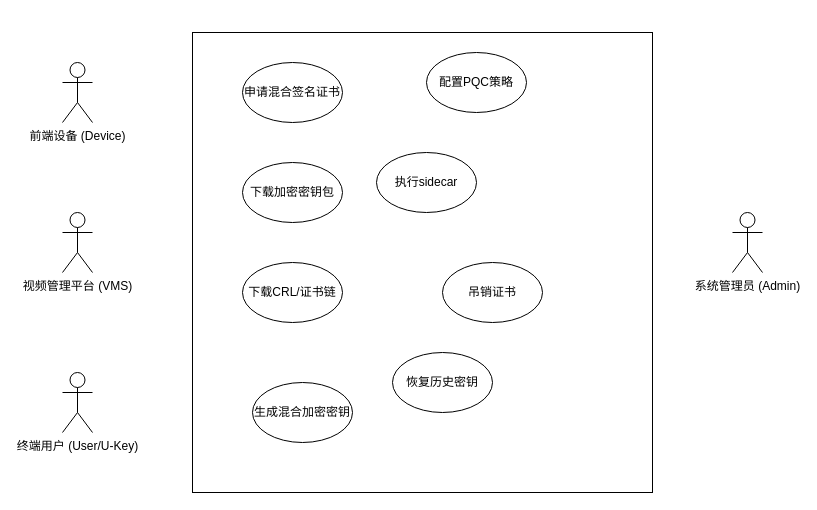
WeiMinLi666/gm keeps this draw.io diagram as 需求分析_用例图.drawio. Above is the earlier version. Source tidied: cells renumbered, new cells numbered last; positions are measured from the earlier drawing's top-left corner, leaving out a move shared by most shapes. Both pictures are drawn from the tidied source at 100%, with x=0, y=0 at pixel (62, 32).
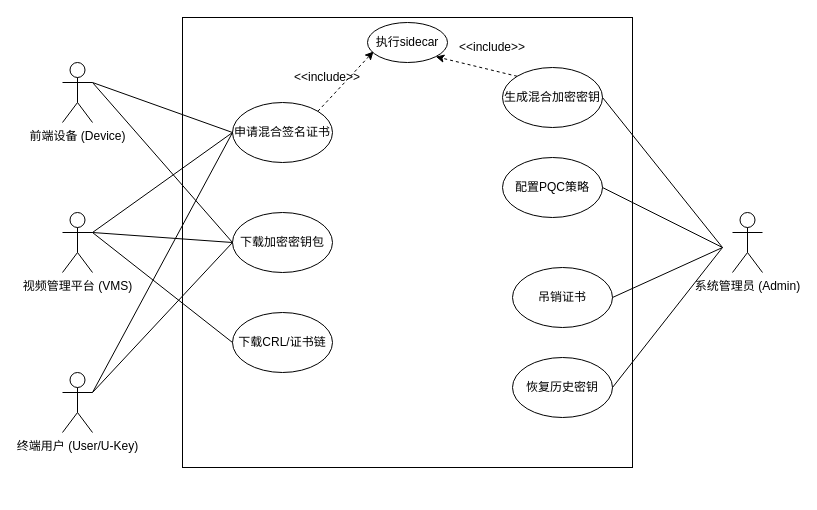
Above is the later version.

Commit message:
更新需求分析_用例图.drawio

Unchanged cells that the change refers to:
```xml
<mxCell id="4" value="视频管理平台 (VMS)" style="shape=umlActor;verticalLabelPosition=bottom;verticalAlign=top;html=1;outlineConnect=0;" parent="1" vertex="1">
  <mxGeometry y="180" width="30" height="60" as="geometry" />
</mxCell>
```

Change to the diagram source:
```diff
@@
     <mxCell id="2" style="whiteSpace=wrap;html=1;" parent="1" vertex="1">
-      <mxGeometry x="130" width="460" height="460" as="geometry" />
+      <mxGeometry x="120" y="-15" width="450" height="450" as="geometry" />
     </mxCell>
@@
     <mxCell id="7" value="申请混合签名证书" style="ellipse;whiteSpace=wrap;html=1;" parent="1" vertex="1">
-      <mxGeometry x="180" y="30" width="100" height="60" as="geometry" />
+      <mxGeometry x="170" y="70" width="100" height="60" as="geometry" />
     </mxCell>
     <mxCell id="8" value="下载加密密钥包" style="ellipse;whiteSpace=wrap;html=1;" parent="1" vertex="1">
-      <mxGeometry x="180" y="130" width="100" height="60" as="geometry" />
+      <mxGeometry x="170" y="180" width="100" height="60" as="geometry" />
     </mxCell>
     <mxCell id="9" value="下载CRL/证书链" style="ellipse;whiteSpace=wrap;html=1;" parent="1" vertex="1">
-      <mxGeometry x="180" y="230" width="100" height="60" as="geometry" />
+      <mxGeometry x="170" y="280" width="100" height="60" as="geometry" />
     </mxCell>
     <mxCell id="10" value="生成混合加密密钥" style="ellipse;whiteSpace=wrap;html=1;" parent="1" vertex="1">
-      <mxGeometry x="190" y="350" width="100" height="60" as="geometry" />
+      <mxGeometry x="440" y="35" width="100" height="60" as="geometry" />
     </mxCell>
     <mxCell id="11" value="配置PQC策略" style="ellipse;whiteSpace=wrap;html=1;" parent="1" vertex="1">
-      <mxGeometry x="364" y="20" width="100" height="60" as="geometry" />
+      <mxGeometry x="440" y="125" width="100" height="60" as="geometry" />
     </mxCell>
     <mxCell id="12" value="吊销证书" style="ellipse;whiteSpace=wrap;html=1;" parent="1" vertex="1">
-      <mxGeometry x="380" y="230" width="100" height="60" as="geometry" />
+      <mxGeometry x="450" y="235" width="100" height="60" as="geometry" />
     </mxCell>
     <mxCell id="13" value="恢复历史密钥" style="ellipse;whiteSpace=wrap;html=1;" parent="1" vertex="1">
-      <mxGeometry x="330" y="320" width="100" height="60" as="geometry" />
+      <mxGeometry x="450" y="325" width="100" height="60" as="geometry" />
     </mxCell>
     <mxCell id="14" value="执行sidecar" style="ellipse;whiteSpace=wrap;html=1;" parent="1" vertex="1">
-      <mxGeometry x="314" y="120" width="100" height="60" as="geometry" />
+      <mxGeometry x="305" y="-10" width="80" height="40" as="geometry" />
     </mxCell>
+    <mxCell id="15" style="endArrow=none;html=1;rounded=0;entryX=0;entryY=0.5;entryDx=0;entryDy=0;" parent="1" edge="1" target="7">
+      <mxGeometry relative="1" as="geometry">
+        <mxPoint x="30" y="50" as="sourcePoint" />
+      </mxGeometry>
+    </mxCell>
+    <mxCell id="16" style="endArrow=none;html=1;rounded=0;entryX=0;entryY=0.5;entryDx=0;entryDy=0;" parent="1" edge="1" target="8">
+      <mxGeometry relative="1" as="geometry">
+        <mxPoint x="30" y="50" as="sourcePoint" />
+      </mxGeometry>
+    </mxCell>
+    <mxCell id="17" style="endArrow=none;html=1;rounded=0;entryX=0;entryY=0.5;entryDx=0;entryDy=0;" parent="1" edge="1" target="7">
+      <mxGeometry relative="1" as="geometry">
+        <mxPoint x="30" y="200" as="sourcePoint" />
+      </mxGeometry>
+    </mxCell>
+    <mxCell id="18" style="endArrow=none;html=1;rounded=0;entryX=0;entryY=0.5;entryDx=0;entryDy=0;" parent="1" edge="1" target="8">
+      <mxGeometry relative="1" as="geometry">
+        <mxPoint x="30" y="200" as="sourcePoint" />
+      </mxGeometry>
+    </mxCell>
+    <mxCell id="19" style="endArrow=none;html=1;rounded=0;entryX=0;entryY=0.5;entryDx=0;entryDy=0;exitX=1;exitY=0.3333333333333333;exitDx=0;exitDy=0;exitPerimeter=0;" parent="1" edge="1" source="4" target="9">
+      <mxGeometry relative="1" as="geometry" />
+    </mxCell>
+    <mxCell id="20" style="endArrow=none;html=1;rounded=0;entryX=0;entryY=0.5;entryDx=0;entryDy=0;" parent="1" edge="1" target="7">
+      <mxGeometry relative="1" as="geometry">
+        <mxPoint x="30" y="360" as="sourcePoint" />
+      </mxGeometry>
+    </mxCell>
+    <mxCell id="21" style="endArrow=none;html=1;rounded=0;entryX=0;entryY=0.5;entryDx=0;entryDy=0;" parent="1" edge="1" target="8">
+      <mxGeometry relative="1" as="geometry">
+        <mxPoint x="30" y="360" as="sourcePoint" />
+      </mxGeometry>
+    </mxCell>
+    <mxCell id="22" style="endArrow=none;html=1;rounded=0;entryX=1;entryY=0.5;entryDx=0;entryDy=0;" parent="1" edge="1" target="10">
+      <mxGeometry relative="1" as="geometry">
+        <mxPoint x="660" y="215" as="sourcePoint" />
+      </mxGeometry>
+    </mxCell>
+    <mxCell id="23" style="endArrow=none;html=1;rounded=0;exitX=1;exitY=0.5;exitDx=0;exitDy=0;" parent="1" edge="1" source="11">
+      <mxGeometry relative="1" as="geometry">
+        <mxPoint x="660" y="215" as="targetPoint" />
+      </mxGeometry>
+    </mxCell>
+    <mxCell id="24" style="endArrow=none;html=1;rounded=0;exitX=1;exitY=0.5;exitDx=0;exitDy=0;" parent="1" edge="1" source="12">
+      <mxGeometry relative="1" as="geometry">
+        <mxPoint x="660" y="215" as="targetPoint" />
+      </mxGeometry>
+    </mxCell>
+    <mxCell id="25" style="endArrow=none;html=1;rounded=0;exitX=1;exitY=0.5;exitDx=0;exitDy=0;" parent="1" edge="1" source="13">
+      <mxGeometry relative="1" as="geometry">
+        <mxPoint x="660" y="215" as="targetPoint" />
+      </mxGeometry>
+    </mxCell>
+    <mxCell id="26" style="endArrow=classic;html=1;rounded=0;entryX=0.075;entryY=0.725;entryDx=0;entryDy=0;entryPerimeter=0;exitX=1;exitY=0;exitDx=0;exitDy=0;dashed=1;" parent="1" edge="1" source="7" target="14">
+      <mxGeometry relative="1" as="geometry" />
+    </mxCell>
+    <mxCell id="27" value="&amp;lt;&amp;lt;include&amp;gt;&amp;gt;" style="text;html=1;whiteSpace=wrap;strokeColor=none;fillColor=none;align=center;verticalAlign=middle;rounded=0;" parent="1" vertex="1">
+      <mxGeometry x="240" y="30" width="50" height="30" as="geometry" />
+    </mxCell>
+    <mxCell id="28" style="endArrow=classic;html=1;rounded=0;entryX=1;entryY=1;entryDx=0;entryDy=0;exitX=0;exitY=0;exitDx=0;exitDy=0;dashed=1;" parent="1" edge="1" source="10" target="14">
+      <mxGeometry relative="1" as="geometry" />
+    </mxCell>
+    <mxCell id="29" value="&amp;lt;&amp;lt;include&amp;gt;&amp;gt;" style="text;html=1;whiteSpace=wrap;strokeColor=none;fillColor=none;align=center;verticalAlign=middle;rounded=0;" parent="1" vertex="1">
+      <mxGeometry x="400" width="60" height="30" as="geometry" />
+    </mxCell>
```
